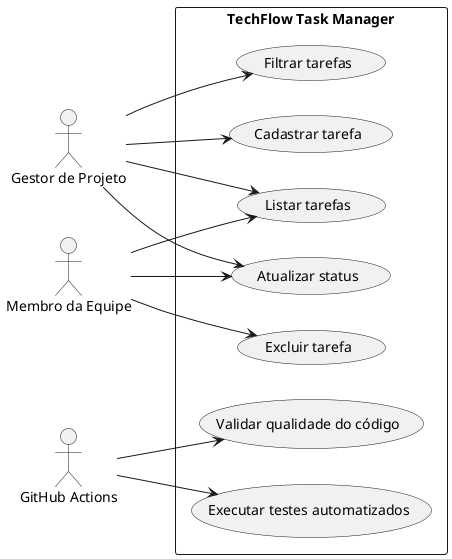
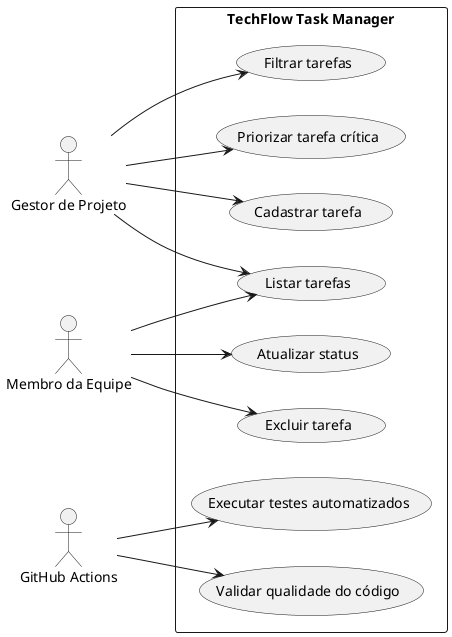
@startuml
left to right direction

actor "Gestor de Projeto" as Gestor
actor "Membro da Equipe" as Membro
actor "GitHub Actions" as CI

rectangle "TechFlow Task Manager" {
  usecase "Cadastrar tarefa" as UC1
  usecase "Listar tarefas" as UC2
  usecase "Atualizar status" as UC3
  usecase "Excluir tarefa" as UC4
  usecase "Filtrar tarefas" as UC5
-   usecase "Executar testes automatizados" as UC6
-   usecase "Validar qualidade do código" as UC7
+   usecase "Priorizar tarefa crítica" as UC6
+   usecase "Executar testes automatizados" as UC7
+   usecase "Validar qualidade do código" as UC8
}

Gestor --> UC1
Gestor --> UC2
Gestor --> UC5
- Gestor --> UC3
+ Gestor --> UC6
Membro --> UC2
Membro --> UC3
Membro --> UC4
- CI --> UC6
CI --> UC7
+ CI --> UC8

@enduml
- 
